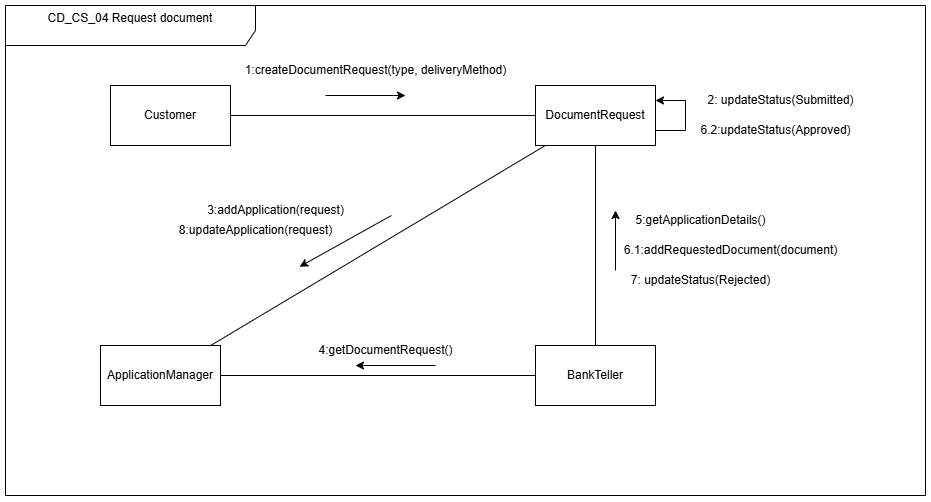
This is diagrams/collaboration-diagrams/CC_CS_04.png from Markl1T/bank-management-system, a draw.io export, as it was before one commit. Source tidied: cells renumbered, new cells last; positions are measured from the earlier drawing's top-left corner, leaving out a move shared by most shapes.
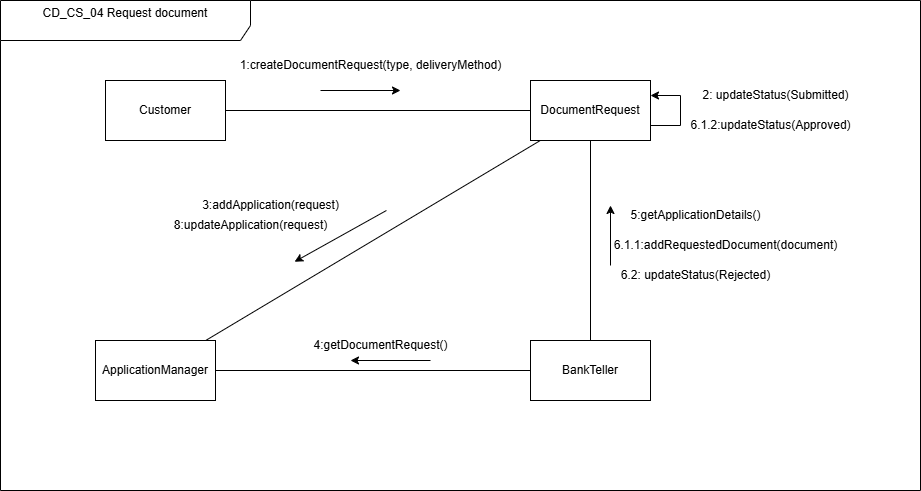
Later version of the same file.

Commit message:
fix: collaboration diagram CC_CS_04

Diff of the diagram source:
```diff
@@ -78,14 +78,14 @@
         <mxPoint x="610" y="205" as="targetPoint" />
       </mxGeometry>
     </mxCell>
-    <mxCell id="21" value="6.1:addRequestedDocument(document)" style="text;html=1;align=center;verticalAlign=middle;strokeColor=none;fillColor=none;" parent="1" vertex="1">
-      <mxGeometry x="605" y="230" width="240" height="30" as="geometry" />
+    <mxCell id="21" value="6.1.1:addRequestedDocument(document)" style="text;html=1;align=center;verticalAlign=middle;strokeColor=none;fillColor=none;" parent="1" vertex="1">
+      <mxGeometry x="600" y="230" width="250" height="30" as="geometry" />
     </mxCell>
-    <mxCell id="22" value="6.2:updateStatus(Approved)" style="text;html=1;align=center;verticalAlign=middle;strokeColor=none;fillColor=none;" parent="1" vertex="1">
-      <mxGeometry x="685" y="110" width="170" height="30" as="geometry" />
+    <mxCell id="22" value="6.1.2:updateStatus(Approved)" style="text;html=1;align=center;verticalAlign=middle;strokeColor=none;fillColor=none;" parent="1" vertex="1">
+      <mxGeometry x="680" y="110" width="180" height="30" as="geometry" />
     </mxCell>
-    <mxCell id="23" value="7: updateStatus(Rejected)" style="text;html=1;align=center;verticalAlign=middle;strokeColor=none;fillColor=none;" parent="1" vertex="1">
-      <mxGeometry x="615" y="260" width="160" height="30" as="geometry" />
+    <mxCell id="23" value="6.2: updateStatus(Rejected)" style="text;html=1;align=center;verticalAlign=middle;strokeColor=none;fillColor=none;" parent="1" vertex="1">
+      <mxGeometry x="610" y="260" width="170" height="30" as="geometry" />
     </mxCell>
     <mxCell id="24" value="8:updateApplication(request)" style="text;html=1;align=center;verticalAlign=middle;strokeColor=none;fillColor=none;" parent="1" vertex="1">
       <mxGeometry x="160" y="210" width="180" height="30" as="geometry" />
```
